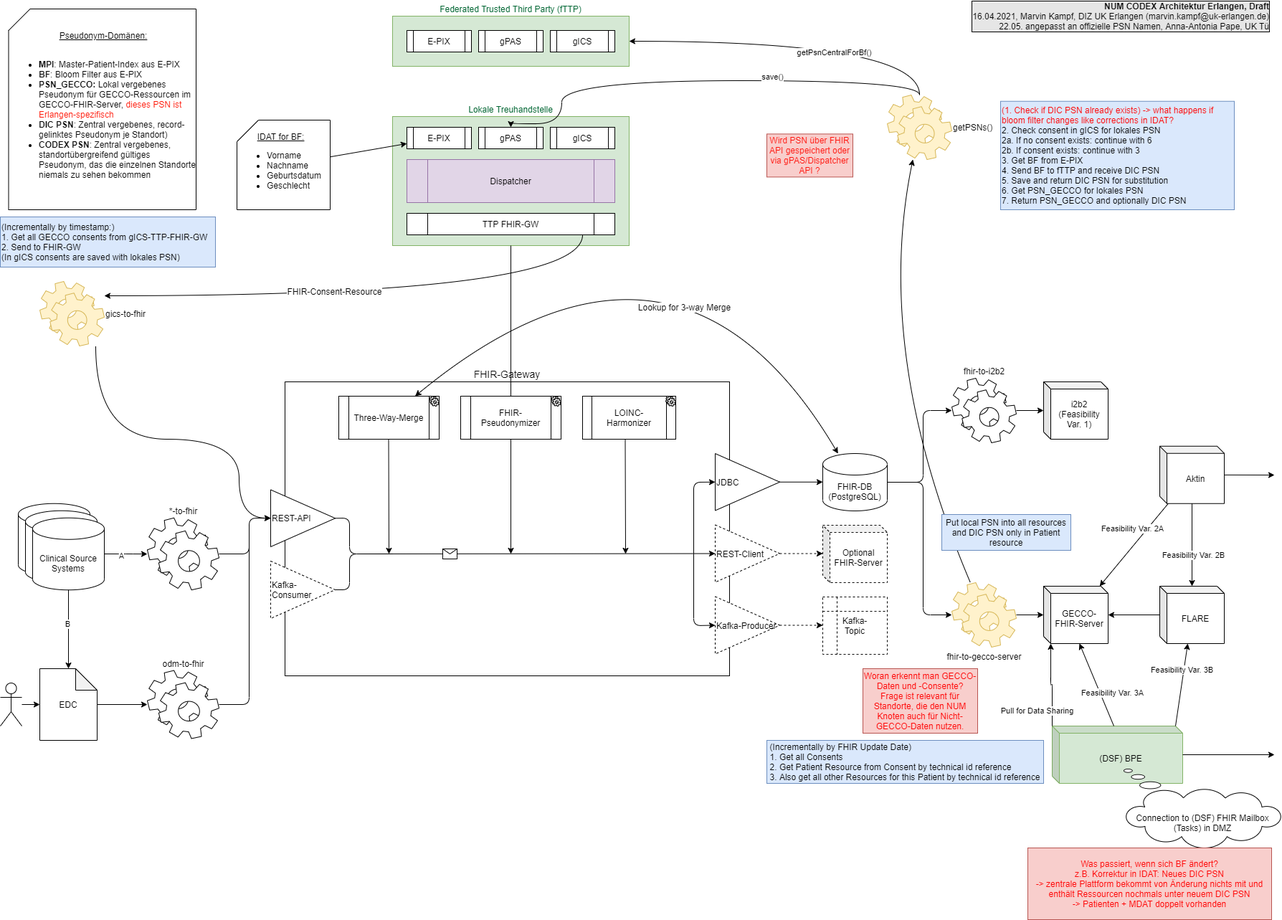
apapetu/num-knoten keeps this draw.io diagram as img/Updated_PSN_names_num-codex-concept-ttp-draft-1.png. Above is the earlier version. Source tidied: cells renumbered, new cells last; positions are measured from the earlier drawing's top-left corner, leaving out a move shared by most shapes.
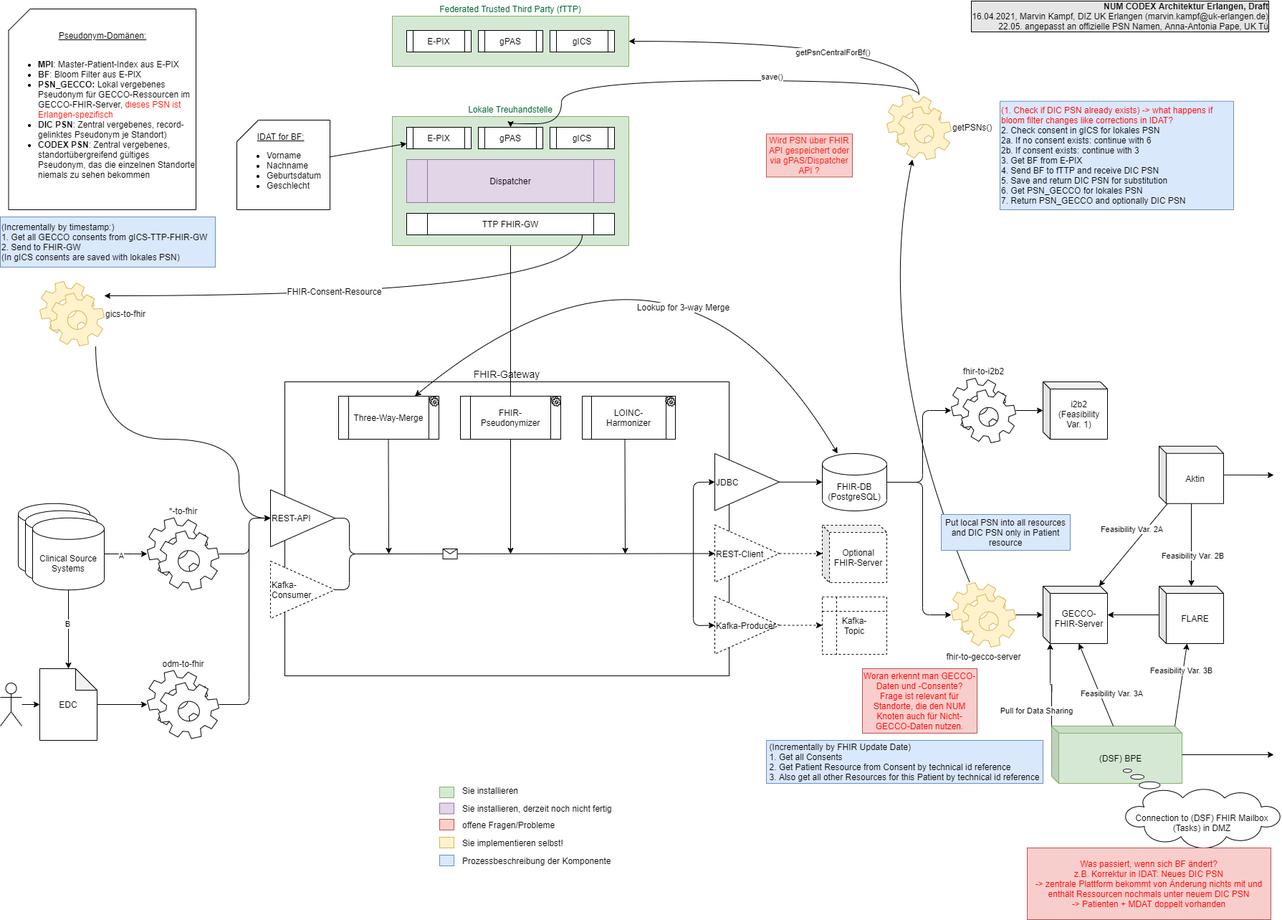
Later version of the same file.

Change to the diagram source:
```diff
@@ -408,5 +408,35 @@
     <mxCell id="103" value="&lt;font color=&quot;#ff150d&quot;&gt;Wird PSN über FHIR API gespeichert oder via gPAS/Dispatcher API ?&lt;/font&gt;" style="rounded=0;whiteSpace=wrap;html=1;fillColor=#f8cecc;strokeColor=#b85450;" parent="1" vertex="1">
       <mxGeometry x="1069" y="174.4" width="120" height="60" as="geometry" />
     </mxCell>
+    <mxCell id="104" style="rounded=0;whiteSpace=wrap;html=1;fillColor=#d5e8d4;strokeColor=#82b366;" parent="1" vertex="1">
+      <mxGeometry x="613" y="1085" width="20" height="15" as="geometry" />
+    </mxCell>
+    <mxCell id="105" style="rounded=0;whiteSpace=wrap;html=1;fillColor=#fff2cc;strokeColor=#d6b656;" parent="1" vertex="1">
+      <mxGeometry x="613" y="1155" width="20" height="15" as="geometry" />
+    </mxCell>
+    <mxCell id="106" style="rounded=0;whiteSpace=wrap;html=1;fillColor=#f8cecc;strokeColor=#b85450;" parent="1" vertex="1">
+      <mxGeometry x="613" y="1130" width="20" height="15" as="geometry" />
+    </mxCell>
+    <mxCell id="107" style="rounded=0;whiteSpace=wrap;html=1;fillColor=#e1d5e7;strokeColor=#9673a6;" parent="1" vertex="1">
+      <mxGeometry x="613" y="1107.5" width="20" height="15" as="geometry" />
+    </mxCell>
+    <mxCell id="108" style="rounded=0;whiteSpace=wrap;html=1;fillColor=#dae8fc;strokeColor=#6c8ebf;" parent="1" vertex="1">
+      <mxGeometry x="613" y="1180" width="20" height="15" as="geometry" />
+    </mxCell>
+    <mxCell id="109" value="Sie installieren" style="text;html=1;strokeColor=none;fillColor=none;align=left;verticalAlign=middle;whiteSpace=wrap;rounded=0;" parent="1" vertex="1">
+      <mxGeometry x="643" y="1080" width="120" height="20" as="geometry" />
+    </mxCell>
+    <mxCell id="110" value="Sie installieren, derzeit noch nicht fertig" style="text;html=1;strokeColor=none;fillColor=none;align=left;verticalAlign=middle;whiteSpace=wrap;rounded=0;" parent="1" vertex="1">
+      <mxGeometry x="643" y="1105" width="240" height="20" as="geometry" />
+    </mxCell>
+    <mxCell id="111" value="offene Fragen/Probleme" style="text;html=1;strokeColor=none;fillColor=none;align=left;verticalAlign=middle;whiteSpace=wrap;rounded=0;" parent="1" vertex="1">
+      <mxGeometry x="643" y="1127.5" width="240" height="20" as="geometry" />
+    </mxCell>
+    <mxCell id="112" value="Sie implementieren selbst!" style="text;html=1;strokeColor=none;fillColor=none;align=left;verticalAlign=middle;whiteSpace=wrap;rounded=0;" parent="1" vertex="1">
+      <mxGeometry x="643" y="1152.5" width="240" height="20" as="geometry" />
+    </mxCell>
+    <mxCell id="113" value="Prozessbeschreibung der Komponente" style="text;html=1;strokeColor=none;fillColor=none;align=left;verticalAlign=middle;whiteSpace=wrap;rounded=0;" parent="1" vertex="1">
+      <mxGeometry x="643" y="1177.5" width="240" height="20" as="geometry" />
+    </mxCell>
   </root>
 </mxGraphModel>
```
